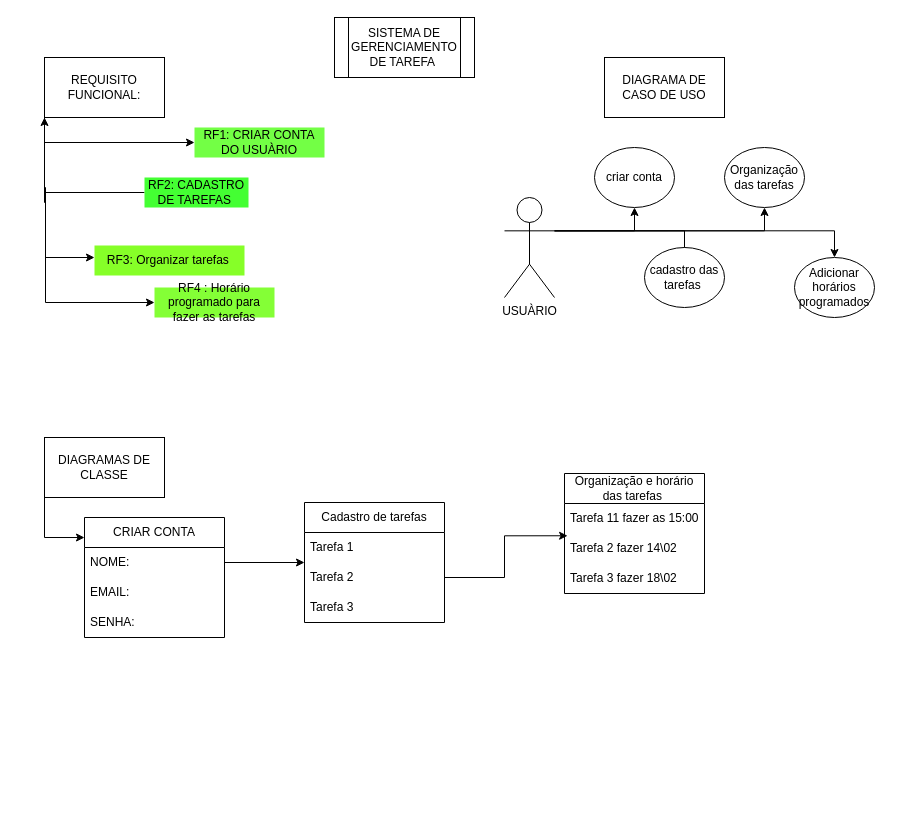
Earlier version of the draw.io diagram page "Página-5" (5 of 7) of Diagrama sem nome.drawio (Bernardo-Alves125/Diagramas-de-requisitos). Source tidied: cells renumbered, new cells numbered last; positions are measured from the earlier drawing's top-left corner, leaving out a move shared by most shapes. Both pictures are drawn from the tidied source at 100%, with x=0, y=0 at pixel (44, 17).
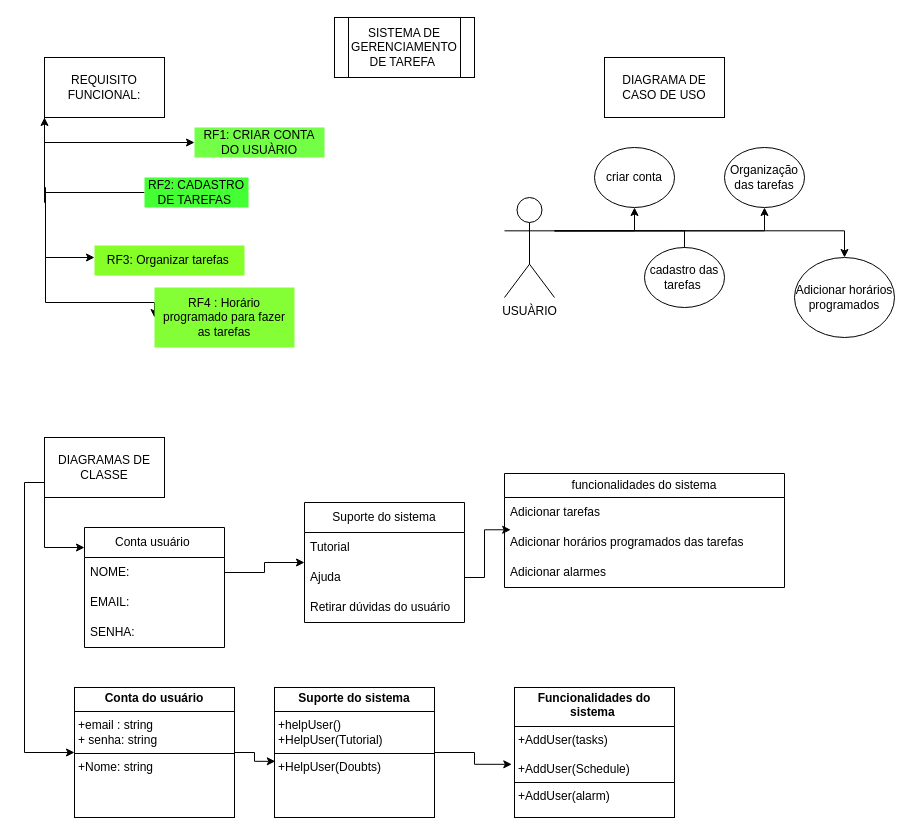
After the change.

Unchanged cells that the change refers to:
```xml
<mxCell id="8" value="DIAGRAMAS DE CLASSE" style="rounded=0;whiteSpace=wrap;html=1;" parent="1" vertex="1">
  <mxGeometry y="420" width="120" height="60" as="geometry" />
</mxCell>
```

Diff of the diagram source:
```diff
@@
+    <mxCell id="39" style="edgeStyle=orthogonalEdgeStyle;rounded=0;jettySize=auto;html=1;exitX=0;exitY=0.75;exitDx=0;exitDy=0;entryX=0;entryY=0.5;entryDx=0;entryDy=0;" parent="1" edge="1" source="8" target="40">
+      <mxGeometry relative="1" as="geometry" />
+    </mxCell>
@@
-    <mxCell id="17" value="CRIAR CONTA" style="swimlane;fontStyle=0;horizontal=1;startSize=30;whiteSpace=wrap;html=1;" parent="1" vertex="1">
-      <mxGeometry x="40" y="500" width="140" height="120" as="geometry" />
+    <mxCell id="17" value="Conta usuário&amp;nbsp;" style="swimlane;fontStyle=0;horizontal=1;startSize=30;whiteSpace=wrap;html=1;" parent="1" vertex="1">
+      <mxGeometry x="40" y="510" width="140" height="120" as="geometry" />
     </mxCell>
@@
-    <mxCell id="24" value="Cadastro de tarefas" style="swimlane;fontStyle=0;horizontal=1;startSize=30;whiteSpace=wrap;html=1;" parent="1" vertex="1">
-      <mxGeometry x="260" y="485" width="140" height="120" as="geometry" />
+    <mxCell id="24" value="Suporte do sistema" style="swimlane;fontStyle=0;horizontal=1;startSize=30;whiteSpace=wrap;html=1;" parent="1" vertex="1">
+      <mxGeometry x="260" y="485" width="160" height="120" as="geometry" />
     </mxCell>
-    <mxCell id="25" value="Tarefa 1" style="text;strokeColor=none;fillColor=none;align=left;verticalAlign=middle;spacingLeft=4;spacingRight=4;overflow=hidden;whiteSpace=wrap;html=1;" parent="24" vertex="1">
-      <mxGeometry y="30" width="140" height="30" as="geometry" />
+    <mxCell id="25" value="Tutorial" style="text;strokeColor=none;fillColor=none;align=left;verticalAlign=middle;spacingLeft=4;spacingRight=4;overflow=hidden;whiteSpace=wrap;html=1;" parent="24" vertex="1">
+      <mxGeometry y="30" width="160" height="30" as="geometry" />
     </mxCell>
-    <mxCell id="26" value="Tarefa 2" style="text;strokeColor=none;fillColor=none;align=left;verticalAlign=middle;spacingLeft=4;spacingRight=4;overflow=hidden;points=[[0,0.5],[1,0.5]];portConstraint=eastwest;whiteSpace=wrap;html=1;" parent="24" vertex="1">
-      <mxGeometry y="60" width="140" height="30" as="geometry" />
+    <mxCell id="26" value="Ajuda" style="text;strokeColor=none;fillColor=none;align=left;verticalAlign=middle;spacingLeft=4;spacingRight=4;overflow=hidden;points=[[0,0.5],[1,0.5]];portConstraint=eastwest;whiteSpace=wrap;html=1;" parent="24" vertex="1">
+      <mxGeometry y="60" width="160" height="30" as="geometry" />
     </mxCell>
-    <mxCell id="27" value="Tarefa 3" style="text;strokeColor=none;fillColor=none;align=left;verticalAlign=middle;spacingLeft=4;spacingRight=4;overflow=hidden;whiteSpace=wrap;html=1;" parent="24" vertex="1">
-      <mxGeometry y="90" width="140" height="30" as="geometry" />
+    <mxCell id="27" value="Retirar dúvidas do usuário&amp;nbsp;" style="text;strokeColor=none;fillColor=none;align=left;verticalAlign=middle;spacingLeft=4;spacingRight=4;overflow=hidden;whiteSpace=wrap;html=1;" parent="24" vertex="1">
+      <mxGeometry y="90" width="160" height="30" as="geometry" />
     </mxCell>
@@
     <mxCell id="31" value="RF4 : Horário programado para fazer as tarefas" style="text;html=1;align=center;verticalAlign=middle;whiteSpace=wrap;rounded=0;fillColor=#84FF36;" parent="1" vertex="1">
-      <mxGeometry x="110" y="270" width="120" height="30" as="geometry" />
+      <mxGeometry x="110" y="270" width="140" height="60" as="geometry" />
     </mxCell>
@@
     <mxCell id="33" value="Adicionar horários programados" style="ellipse;whiteSpace=wrap;html=1;" parent="1" vertex="1">
-      <mxGeometry x="750" y="240" width="80" height="60" as="geometry" />
+      <mxGeometry x="750" y="240" width="100" height="80" as="geometry" />
     </mxCell>
-    <mxCell id="34" value="Organização e horário das tarefas&amp;nbsp;" style="swimlane;fontStyle=0;horizontal=1;startSize=30;whiteSpace=wrap;html=1;" parent="1" vertex="1">
-      <mxGeometry x="520" y="456" width="140" height="120" as="geometry" />
+    <mxCell id="34" value="funcionalidades do sistema" style="swimlane;fontStyle=0;horizontal=1;startSize=24;whiteSpace=wrap;html=1;" parent="1" vertex="1">
+      <mxGeometry x="460" y="456" width="280" height="114" as="geometry" />
     </mxCell>
-    <mxCell id="35" value="Tarefa 11 fazer as 15:00" style="text;strokeColor=none;fillColor=none;align=left;verticalAlign=middle;spacingLeft=4;spacingRight=4;overflow=hidden;whiteSpace=wrap;html=1;" parent="34" vertex="1">
-      <mxGeometry y="30" width="140" height="30" as="geometry" />
+    <mxCell id="35" value="Adicionar tarefas&amp;nbsp;" style="text;strokeColor=none;fillColor=none;align=left;verticalAlign=middle;spacingLeft=4;spacingRight=4;overflow=hidden;whiteSpace=wrap;html=1;" parent="34" vertex="1">
+      <mxGeometry y="24" width="280" height="30" as="geometry" />
     </mxCell>
-    <mxCell id="36" value="Tarefa 2 fazer 14\02" style="text;strokeColor=none;fillColor=none;align=left;verticalAlign=middle;spacingLeft=4;spacingRight=4;overflow=hidden;points=[[0,0.5],[1,0.5]];portConstraint=eastwest;whiteSpace=wrap;html=1;" parent="34" vertex="1">
-      <mxGeometry y="60" width="140" height="30" as="geometry" />
+    <mxCell id="36" value="Adicionar horários programados das tarefas&amp;nbsp;" style="text;strokeColor=none;fillColor=none;align=left;verticalAlign=middle;spacingLeft=4;spacingRight=4;overflow=hidden;points=[[0,0.5],[1,0.5]];portConstraint=eastwest;whiteSpace=wrap;html=1;" parent="34" vertex="1">
+      <mxGeometry y="54" width="280" height="30" as="geometry" />
     </mxCell>
-    <mxCell id="37" value="Tarefa 3 fazer 18\02" style="text;strokeColor=none;fillColor=none;align=left;verticalAlign=middle;spacingLeft=4;spacingRight=4;overflow=hidden;whiteSpace=wrap;html=1;" parent="34" vertex="1">
-      <mxGeometry y="90" width="140" height="30" as="geometry" />
+    <mxCell id="37" value="Adicionar alarmes&amp;nbsp;" style="text;strokeColor=none;fillColor=none;align=left;verticalAlign=middle;spacingLeft=4;spacingRight=4;overflow=hidden;whiteSpace=wrap;html=1;" parent="34" vertex="1">
+      <mxGeometry y="84" width="280" height="30" as="geometry" />
     </mxCell>
@@
+    <mxCell id="40" value="&lt;p style=&quot;margin:0px;margin-top:4px;text-align:center;&quot;&gt;&lt;b&gt;Conta do usuário&lt;/b&gt;&lt;/p&gt;&lt;hr size=&quot;1&quot; style=&quot;border-style:solid;&quot;&gt;&lt;p style=&quot;margin:0px;margin-left:4px;&quot;&gt;&lt;span style=&quot;background-color: transparent; color: light-dark(rgb(0, 0, 0), rgb(255, 255, 255));&quot;&gt;+email : string&lt;/span&gt;&lt;/p&gt;&lt;p style=&quot;margin:0px;margin-left:4px;&quot;&gt;+ senha: string&lt;/p&gt;&lt;hr size=&quot;1&quot; style=&quot;border-style:solid;&quot;&gt;&lt;p style=&quot;margin:0px;margin-left:4px;&quot;&gt;+Nome: string&lt;/p&gt;&lt;p style=&quot;margin:0px;margin-left:4px;&quot;&gt;&lt;br&gt;&lt;/p&gt;&lt;p style=&quot;margin:0px;margin-left:4px;&quot;&gt;&lt;br&gt;&lt;/p&gt;" style="verticalAlign=top;align=left;overflow=fill;html=1;whiteSpace=wrap;" parent="1" vertex="1">
+      <mxGeometry x="30" y="670" width="160" height="130" as="geometry" />
+    </mxCell>
+    <mxCell id="41" value="&lt;p style=&quot;margin:0px;margin-top:4px;text-align:center;&quot;&gt;&lt;b&gt;Suporte do sistema&lt;/b&gt;&lt;/p&gt;&lt;hr size=&quot;1&quot; style=&quot;border-style:solid;&quot;&gt;&lt;p style=&quot;margin:0px;margin-left:4px;&quot;&gt;&lt;span style=&quot;background-color: transparent; color: light-dark(rgb(0, 0, 0), rgb(255, 255, 255));&quot;&gt;+helpUser()&amp;nbsp;&lt;/span&gt;&lt;/p&gt;&lt;p style=&quot;margin:0px;margin-left:4px;&quot;&gt;+HelpUser(Tutorial)&lt;/p&gt;&lt;hr size=&quot;1&quot; style=&quot;border-style:solid;&quot;&gt;&lt;p style=&quot;margin:0px;margin-left:4px;&quot;&gt;+HelpUser(Doubts)&lt;/p&gt;&lt;p style=&quot;margin:0px;margin-left:4px;&quot;&gt;&lt;br&gt;&lt;/p&gt;&lt;p style=&quot;margin:0px;margin-left:4px;&quot;&gt;&lt;br&gt;&lt;/p&gt;" style="verticalAlign=top;align=left;overflow=fill;html=1;whiteSpace=wrap;" parent="1" vertex="1">
+      <mxGeometry x="230" y="670" width="160" height="130" as="geometry" />
+    </mxCell>
+    <mxCell id="42" style="edgeStyle=orthogonalEdgeStyle;rounded=0;jettySize=auto;html=1;exitX=1;exitY=0.5;exitDx=0;exitDy=0;entryX=0.005;entryY=0.568;entryDx=0;entryDy=0;entryPerimeter=0;" parent="1" edge="1" source="40" target="41">
+      <mxGeometry relative="1" as="geometry" />
+    </mxCell>
+    <mxCell id="43" value="&lt;p style=&quot;margin:0px;margin-top:4px;text-align:center;&quot;&gt;&lt;b&gt;Funcionalidades do sistema&amp;nbsp;&lt;/b&gt;&lt;/p&gt;&lt;hr size=&quot;1&quot; style=&quot;border-style:solid;&quot;&gt;&lt;p style=&quot;margin:0px;margin-left:4px;&quot;&gt;&lt;span style=&quot;background-color: transparent; color: light-dark(rgb(0, 0, 0), rgb(255, 255, 255));&quot;&gt;+AddUser(tasks)&lt;/span&gt;&lt;/p&gt;&lt;p style=&quot;margin:0px;margin-left:4px;&quot;&gt;&lt;span style=&quot;background-color: transparent; color: light-dark(rgb(0, 0, 0), rgb(255, 255, 255));&quot;&gt;&lt;br&gt;&lt;/span&gt;&lt;/p&gt;&lt;p style=&quot;margin:0px;margin-left:4px;&quot;&gt;+AddUser(Schedule)&lt;/p&gt;&lt;hr size=&quot;1&quot; style=&quot;border-style:solid;&quot;&gt;&lt;p style=&quot;margin:0px;margin-left:4px;&quot;&gt;+AddUser(alarm)&lt;/p&gt;&lt;p style=&quot;margin:0px;margin-left:4px;&quot;&gt;&lt;br&gt;&lt;/p&gt;&lt;p style=&quot;margin:0px;margin-left:4px;&quot;&gt;&lt;br&gt;&lt;/p&gt;" style="verticalAlign=top;align=left;overflow=fill;html=1;whiteSpace=wrap;" parent="1" vertex="1">
+      <mxGeometry x="470" y="670" width="160" height="130" as="geometry" />
+    </mxCell>
+    <mxCell id="44" style="edgeStyle=orthogonalEdgeStyle;rounded=0;jettySize=auto;html=1;entryX=-0.017;entryY=0.591;entryDx=0;entryDy=0;entryPerimeter=0;" parent="1" edge="1" source="41" target="43">
+      <mxGeometry relative="1" as="geometry" />
+    </mxCell>
```
